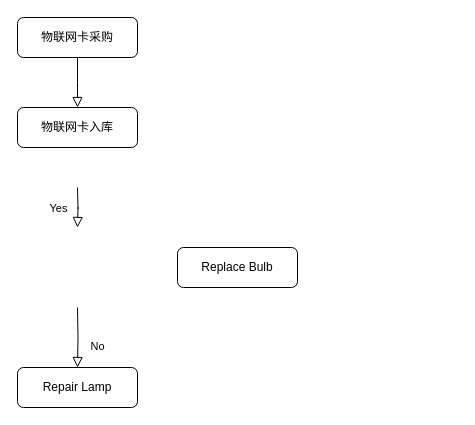
houj21/drawio-folder keeps this draw.io diagram as 卡管理.drawio. Above is the earlier version. Source tidied: cells renumbered, new cells numbered last; positions are measured from the earlier drawing's top-left corner, leaving out a move shared by most shapes. Both pictures are drawn from the tidied source at 100%, with x=0, y=0 at pixel (17, 17).
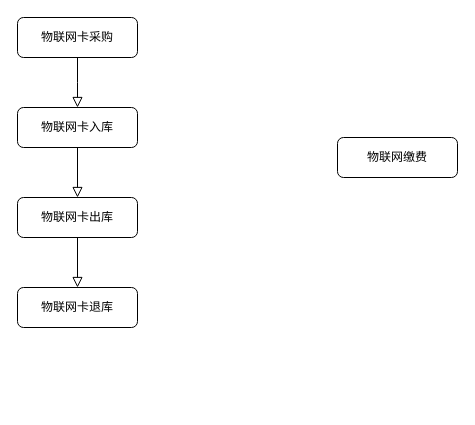
The same diagram, later.

Commit message (it also covers changes not shown here):
更新卡管理.drawio

Change to the diagram source:
```diff
@@
 <mxGraphModel>
   <root>
     <mxCell id="0" />
     <mxCell id="1" parent="0" />
     <mxCell id="2" style="rounded=0;html=1;jettySize=auto;fontSize=11;endArrow=block;endFill=0;endSize=8;strokeWidth=1;shadow=0;labelBackgroundColor=none;edgeStyle=orthogonalEdgeStyle;" parent="1" edge="1" source="3">
       <mxGeometry relative="1" as="geometry">
         <mxPoint x="60" y="90" as="targetPoint" />
       </mxGeometry>
     </mxCell>
     <mxCell id="3" value="物联网卡采购" style="rounded=1;whiteSpace=wrap;html=1;fontSize=12;glass=0;strokeWidth=1;shadow=0;" parent="1" vertex="1">
       <mxGeometry width="120" height="40" as="geometry" />
     </mxCell>
-    <mxCell id="4" value="Yes" style="rounded=0;html=1;jettySize=auto;orthogonalLoop=1;fontSize=11;endArrow=block;endFill=0;endSize=8;strokeWidth=1;shadow=0;labelBackgroundColor=none;edgeStyle=orthogonalEdgeStyle;" parent="1" edge="1">
-      <mxGeometry y="20" relative="1" as="geometry">
-        <mxPoint x="60" y="170" as="sourcePoint" />
-        <mxPoint x="60" y="210" as="targetPoint" />
-      </mxGeometry>
-    </mxCell>
     <mxCell id="5" value="物联网卡入库" style="rounded=1;whiteSpace=wrap;html=1;fontSize=12;glass=0;strokeWidth=1;shadow=0;" parent="1" vertex="1">
       <mxGeometry y="90" width="120" height="40" as="geometry" />
     </mxCell>
-    <mxCell id="6" value="No" style="rounded=0;html=1;jettySize=auto;fontSize=11;endArrow=block;endFill=0;endSize=8;strokeWidth=1;shadow=0;labelBackgroundColor=none;edgeStyle=orthogonalEdgeStyle;" parent="1" edge="1" target="7">
-      <mxGeometry x="0.33" y="20" relative="1" as="geometry">
-        <mxPoint x="60" y="290" as="sourcePoint" />
-      </mxGeometry>
-    </mxCell>
-    <mxCell id="7" value="Repair Lamp" style="rounded=1;whiteSpace=wrap;html=1;fontSize=12;glass=0;strokeWidth=1;shadow=0;" parent="1" vertex="1">
-      <mxGeometry y="350" width="120" height="40" as="geometry" />
-    </mxCell>
-    <mxCell id="8" value="Replace Bulb" style="rounded=1;whiteSpace=wrap;html=1;fontSize=12;glass=0;strokeWidth=1;shadow=0;" parent="1" vertex="1">
-      <mxGeometry x="160" y="230" width="120" height="40" as="geometry" />
-    </mxCell>
+    <mxCell id="9" style="rounded=0;html=1;jettySize=auto;orthogonalLoop=1;fontSize=11;endArrow=block;endFill=0;endSize=8;strokeWidth=1;shadow=0;labelBackgroundColor=none;edgeStyle=orthogonalEdgeStyle;" parent="1" edge="1">
+      <mxGeometry relative="1" as="geometry">
+        <mxPoint x="60" y="130" as="sourcePoint" />
+        <mxPoint x="60" y="180" as="targetPoint" />
+      </mxGeometry>
+    </mxCell>
+    <mxCell id="10" value="物联网卡出库" style="rounded=1;whiteSpace=wrap;html=1;fontSize=12;glass=0;strokeWidth=1;shadow=0;" parent="1" vertex="1">
+      <mxGeometry y="180" width="120" height="40" as="geometry" />
+    </mxCell>
+    <mxCell id="11" style="rounded=0;html=1;jettySize=auto;orthogonalLoop=1;fontSize=11;endArrow=block;endFill=0;endSize=8;strokeWidth=1;shadow=0;labelBackgroundColor=none;edgeStyle=orthogonalEdgeStyle;" parent="1" edge="1">
+      <mxGeometry relative="1" as="geometry">
+        <mxPoint x="60" y="220" as="sourcePoint" />
+        <mxPoint x="60" y="270" as="targetPoint" />
+      </mxGeometry>
+    </mxCell>
+    <mxCell id="12" value="物联网卡退库" style="rounded=1;whiteSpace=wrap;html=1;fontSize=12;glass=0;strokeWidth=1;shadow=0;" parent="1" vertex="1">
+      <mxGeometry y="270" width="120" height="40" as="geometry" />
+    </mxCell>
+    <mxCell id="13" value="物联网缴费" style="rounded=1;whiteSpace=wrap;html=1;fontSize=12;glass=0;strokeWidth=1;shadow=0;" parent="1" vertex="1">
+      <mxGeometry x="320" y="120" width="120" height="40" as="geometry" />
+    </mxCell>
   </root>
 </mxGraphModel>
```
